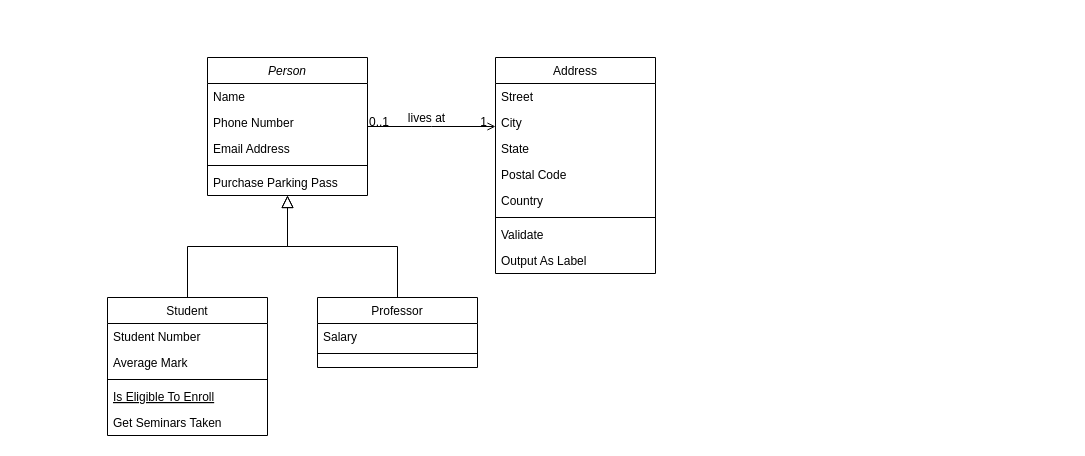
Earlier version of the draw.io diagram Seminar2.drawio (PanJr0109/PanJr0109). Source tidied: cells renumbered, new cells numbered last; positions are measured from the earlier drawing's top-left corner, leaving out a move shared by most shapes. Both pictures are drawn from the tidied source at 100%, with x=0, y=0 at pixel (107, 57).
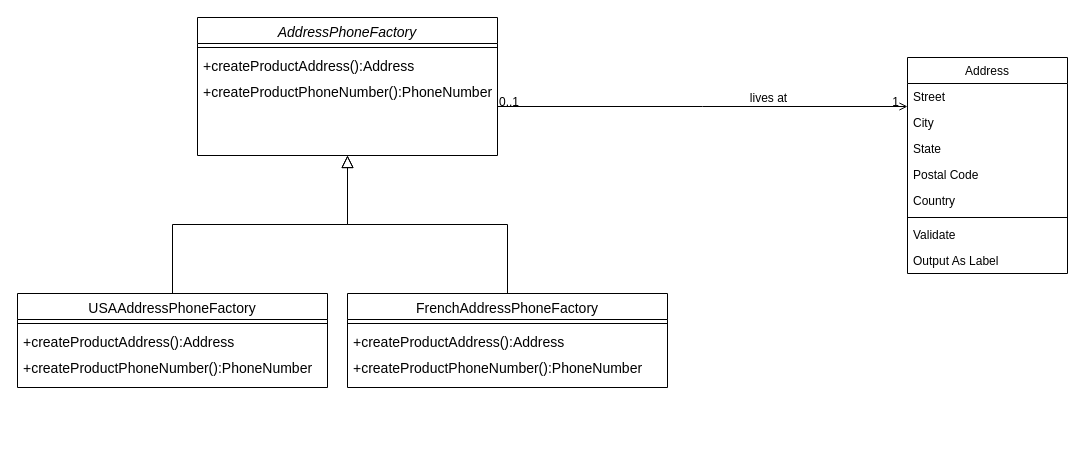
After the change.

Diff of the diagram source:
```diff
@@
-    <mxCell id="2" value="Person" style="swimlane;fontStyle=2;align=center;verticalAlign=top;horizontal=1;startSize=26;rounded=0;shadow=0;strokeWidth=1;" parent="1" vertex="1">
-      <mxGeometry x="100" width="160" height="138" as="geometry" />
+    <mxCell id="2" value="AddressPhoneFactory" style="swimlane;fontStyle=2;align=center;verticalAlign=top;horizontal=1;startSize=26;rounded=0;shadow=0;strokeWidth=1;fontSize=14;" parent="1" vertex="1">
+      <mxGeometry x="90" y="-40" width="300" height="138" as="geometry" />
     </mxCell>
-    <mxCell id="3" value="Name" style="text;align=left;verticalAlign=top;spacingLeft=4;spacingRight=4;overflow=hidden;" parent="2" vertex="1">
-      <mxGeometry y="26" width="160" height="26" as="geometry" />
-    </mxCell>
-    <mxCell id="4" value="Phone Number" style="text;align=left;verticalAlign=top;spacingLeft=4;spacingRight=4;overflow=hidden;rounded=0;shadow=0;html=0;" parent="2" vertex="1">
-      <mxGeometry y="52" width="160" height="26" as="geometry" />
-    </mxCell>
-    <mxCell id="5" value="Email Address" style="text;align=left;verticalAlign=top;spacingLeft=4;spacingRight=4;overflow=hidden;rounded=0;shadow=0;html=0;" parent="2" vertex="1">
-      <mxGeometry y="78" width="160" height="26" as="geometry" />
-    </mxCell>
     <mxCell id="6" style="line;html=1;strokeWidth=1;align=left;verticalAlign=middle;spacingTop=-1;spacingLeft=3;spacingRight=3;labelPosition=right;" parent="2" vertex="1">
-      <mxGeometry y="104" width="160" height="8" as="geometry" />
+      <mxGeometry y="26" width="300" height="8" as="geometry" />
     </mxCell>
-    <mxCell id="7" value="Purchase Parking Pass" style="text;align=left;verticalAlign=top;spacingLeft=4;spacingRight=4;overflow=hidden;" parent="2" vertex="1">
-      <mxGeometry y="112" width="160" height="26" as="geometry" />
+    <mxCell id="7" value="+createProductAddress():Address" style="text;align=left;verticalAlign=top;spacingLeft=4;spacingRight=4;overflow=hidden;fontSize=14;" parent="2" vertex="1">
+      <mxGeometry y="34" width="300" height="26" as="geometry" />
     </mxCell>
+    <mxCell id="32" value="+createProductPhoneNumber():PhoneNumber" style="text;align=left;verticalAlign=top;spacingLeft=4;spacingRight=4;overflow=hidden;fontSize=14;" parent="2" vertex="1">
+      <mxGeometry y="60" width="300" height="26" as="geometry" />
+    </mxCell>
-    <mxCell id="8" value="Student" style="swimlane;fontStyle=0;align=center;verticalAlign=top;horizontal=1;startSize=26;rounded=0;shadow=0;strokeWidth=1;" parent="1" vertex="1">
-      <mxGeometry y="240" width="160" height="138" as="geometry" />
+    <mxCell id="8" value="USAAddressPhoneFactory" style="swimlane;fontStyle=0;align=center;verticalAlign=top;horizontal=1;startSize=26;rounded=0;shadow=0;strokeWidth=1;fontSize=14;" parent="1" vertex="1">
+      <mxGeometry x="-90" y="236" width="310" height="94" as="geometry" />
     </mxCell>
-    <mxCell id="9" value="Student Number" style="text;align=left;verticalAlign=top;spacingLeft=4;spacingRight=4;overflow=hidden;" parent="8" vertex="1">
-      <mxGeometry y="26" width="160" height="26" as="geometry" />
-    </mxCell>
-    <mxCell id="10" value="Average Mark" style="text;align=left;verticalAlign=top;spacingLeft=4;spacingRight=4;overflow=hidden;rounded=0;shadow=0;html=0;" parent="8" vertex="1">
-      <mxGeometry y="52" width="160" height="26" as="geometry" />
-    </mxCell>
     <mxCell id="11" style="line;html=1;strokeWidth=1;align=left;verticalAlign=middle;spacingTop=-1;spacingLeft=3;spacingRight=3;labelPosition=right;" parent="8" vertex="1">
-      <mxGeometry y="78" width="160" height="8" as="geometry" />
+      <mxGeometry y="26" width="310" height="8" as="geometry" />
     </mxCell>
-    <mxCell id="12" value="Is Eligible To Enroll" style="text;align=left;verticalAlign=top;spacingLeft=4;spacingRight=4;overflow=hidden;fontStyle=4;" parent="8" vertex="1">
-      <mxGeometry y="86" width="160" height="26" as="geometry" />
-    </mxCell>
-    <mxCell id="13" value="Get Seminars Taken" style="text;align=left;verticalAlign=top;spacingLeft=4;spacingRight=4;overflow=hidden;" parent="8" vertex="1">
-      <mxGeometry y="112" width="160" height="26" as="geometry" />
-    </mxCell>
+    <mxCell id="33" value="+createProductAddress():Address" style="text;align=left;verticalAlign=top;spacingLeft=4;spacingRight=4;overflow=hidden;fontSize=14;" parent="8" vertex="1">
+      <mxGeometry y="34" width="310" height="26" as="geometry" />
+    </mxCell>
+    <mxCell id="34" value="+createProductPhoneNumber():PhoneNumber" style="text;align=left;verticalAlign=top;spacingLeft=4;spacingRight=4;overflow=hidden;fontSize=14;" parent="8" vertex="1">
+      <mxGeometry y="60" width="310" height="26" as="geometry" />
+    </mxCell>
@@
-    <mxCell id="15" value="Professor" style="swimlane;fontStyle=0;align=center;verticalAlign=top;horizontal=1;startSize=26;rounded=0;shadow=0;strokeWidth=1;" parent="1" vertex="1">
-      <mxGeometry x="210" y="240" width="160" height="70" as="geometry" />
+    <mxCell id="15" value="FrenchAddressPhoneFactory" style="swimlane;fontStyle=0;align=center;verticalAlign=top;horizontal=1;startSize=26;rounded=0;shadow=0;strokeWidth=1;fontSize=14;" parent="1" vertex="1">
+      <mxGeometry x="240" y="236" width="320" height="94" as="geometry" />
     </mxCell>
-    <mxCell id="16" value="Salary" style="text;align=left;verticalAlign=top;spacingLeft=4;spacingRight=4;overflow=hidden;" parent="15" vertex="1">
-      <mxGeometry y="26" width="160" height="26" as="geometry" />
-    </mxCell>
     <mxCell id="17" style="line;html=1;strokeWidth=1;align=left;verticalAlign=middle;spacingTop=-1;spacingLeft=3;spacingRight=3;labelPosition=right;" parent="15" vertex="1">
-      <mxGeometry y="52" width="160" height="8" as="geometry" />
+      <mxGeometry y="26" width="320" height="8" as="geometry" />
     </mxCell>
+    <mxCell id="35" value="+createProductAddress():Address" style="text;align=left;verticalAlign=top;spacingLeft=4;spacingRight=4;overflow=hidden;fontSize=14;" parent="15" vertex="1">
+      <mxGeometry y="34" width="320" height="26" as="geometry" />
+    </mxCell>
+    <mxCell id="36" value="+createProductPhoneNumber():PhoneNumber" style="text;align=left;verticalAlign=top;spacingLeft=4;spacingRight=4;overflow=hidden;fontSize=14;" parent="15" vertex="1">
+      <mxGeometry y="60" width="320" height="26" as="geometry" />
+    </mxCell>
@@
     <mxCell id="19" value="Address" style="swimlane;fontStyle=0;align=center;verticalAlign=top;horizontal=1;startSize=26;rounded=0;shadow=0;strokeWidth=1;" parent="1" vertex="1">
-      <mxGeometry x="388" width="160" height="216" as="geometry" />
+      <mxGeometry x="800" width="160" height="216" as="geometry" />
     </mxCell>
```
